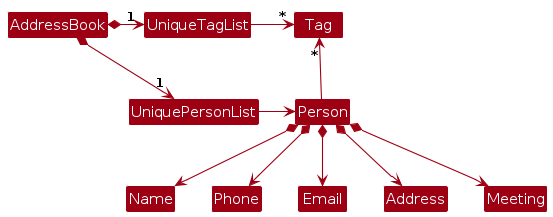
rahhulleee/tp keeps this PlantUML diagram as diagrams/BetterModelClassDiagram.png. Above is the earlier version. Its source is kept beside it as diagrams/BetterModelClassDiagram.puml. Its diagram source:
```plantuml
@startuml
!include style.puml
skinparam arrowThickness 1.1
skinparam arrowColor MODEL_COLOR
skinparam classBackgroundColor MODEL_COLOR

AddressBook *-right-> "1" UniquePersonList
AddressBook *-right-> "1" UniqueTagList
UniqueTagList -[hidden]down- UniquePersonList
UniqueTagList -[hidden]down- UniquePersonList

UniqueTagList -right-> "*" Tag
UniquePersonList -right-> Person

Person -up-> "*" Tag

Person *--> Name
Person *--> Phone
Person *--> Email
Person *--> Address
Person *--> Meeting
@enduml
```
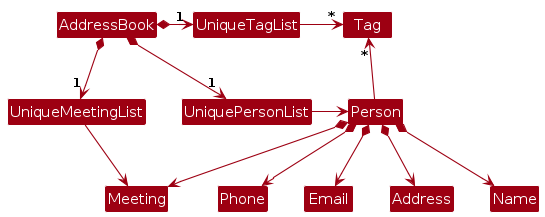
The same file after the commit.

What changed in the source:
```diff
@@ -6,11 +6,13 @@
 
 AddressBook *-right-> "1" UniquePersonList
 AddressBook *-right-> "1" UniqueTagList
+AddressBook *-down-> "1" UniqueMeetingList
 UniqueTagList -[hidden]down- UniquePersonList
 UniqueTagList -[hidden]down- UniquePersonList
 
 UniqueTagList -right-> "*" Tag
 UniquePersonList -right-> Person
+UniqueMeetingList -> Meeting
 
 Person -up-> "*" Tag
 
```
